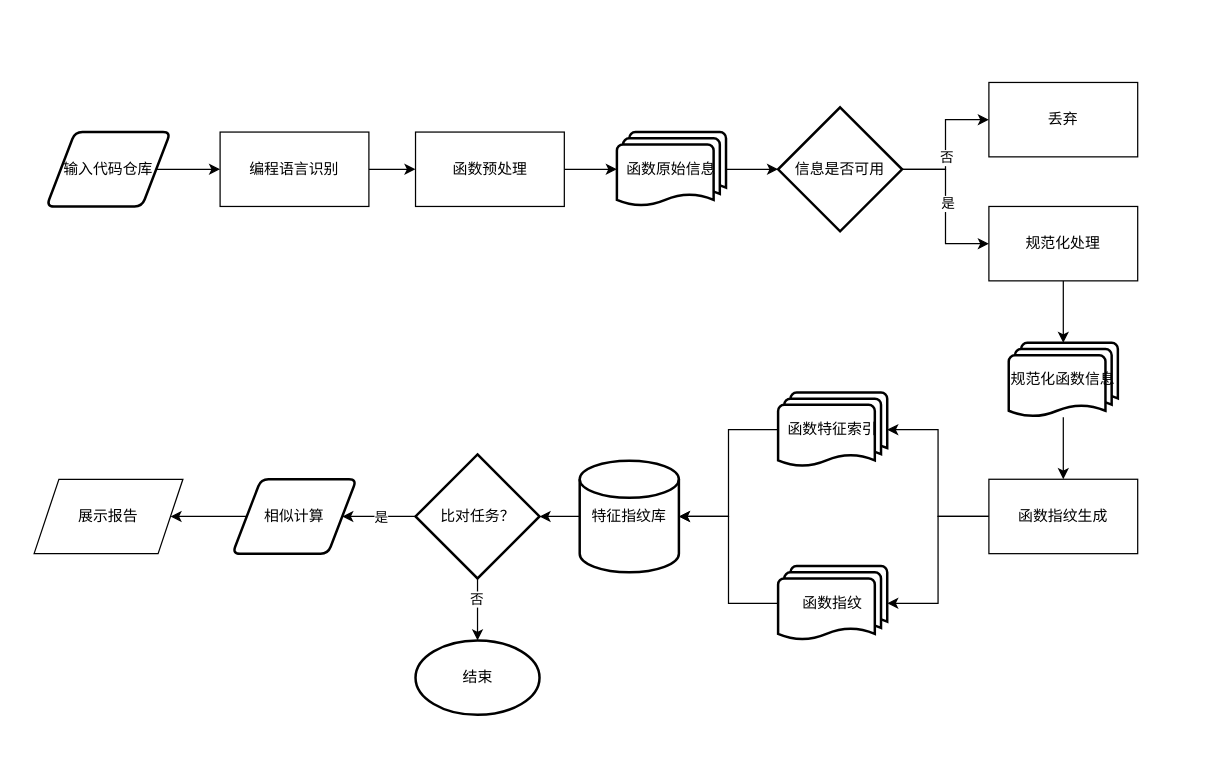
Earlier version of the draw.io diagram 设计流程图.drawio (wanghaoxu001/cloudimg). Source tidied: cells renumbered, new cells numbered last; positions are measured from the earlier drawing's top-left corner, leaving out a move shared by most shapes. Both pictures are drawn from the tidied source at 124%, with x=0, y=0 at pixel (33, 82).
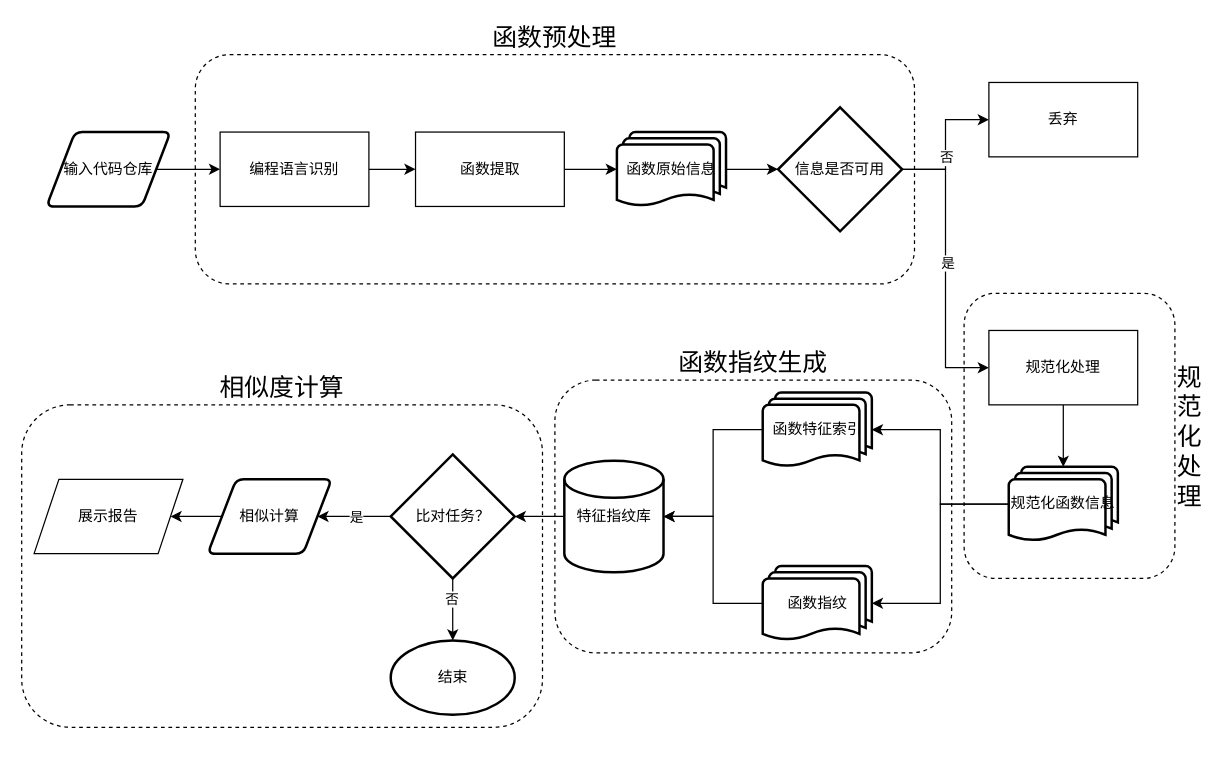
After the change.

Commit message:
更新设计流程图.drawio

The edit, as a diff of the source:
```diff
@@
+    <mxCell id="38" value="相似度计算" style="rounded=1;whiteSpace=wrap;html=1;dashed=1;fontSize=20;labelPosition=center;verticalLabelPosition=top;align=center;verticalAlign=bottom;" parent="1" vertex="1">
+      <mxGeometry x="-10" y="260" width="420" height="260" as="geometry" />
+    </mxCell>
+    <mxCell id="34" value="函数指纹生成" style="rounded=1;whiteSpace=wrap;html=1;dashed=1;fontSize=20;labelPosition=center;verticalLabelPosition=top;align=center;verticalAlign=bottom;" parent="1" vertex="1">
+      <mxGeometry x="420" y="240" width="320" height="220" as="geometry" />
+    </mxCell>
+    <mxCell id="39" value="规&lt;br&gt;范&lt;br&gt;化&lt;br&gt;处&lt;br&gt;理" style="rounded=1;whiteSpace=wrap;html=1;dashed=1;fontSize=20;labelPosition=right;verticalLabelPosition=middle;align=left;verticalAlign=middle;" parent="1" vertex="1">
+      <mxGeometry x="750" y="170" width="170" height="230" as="geometry" />
+    </mxCell>
+    <mxCell id="40" value="函数预处理" style="rounded=1;whiteSpace=wrap;html=1;dashed=1;labelPosition=center;verticalLabelPosition=top;align=center;verticalAlign=bottom;fontSize=20;" parent="1" vertex="1">
+      <mxGeometry x="130" y="-22.5" width="580" height="185" as="geometry" />
+    </mxCell>
@@
-    <mxCell id="9" style="edgeStyle=orthogonalEdgeStyle;rounded=0;jettySize=auto;html=1;" parent="1" edge="1" source="10" target="34">
-      <mxGeometry relative="1" as="geometry" />
-    </mxCell>
+    <mxCell id="41" style="edgeStyle=orthogonalEdgeStyle;rounded=0;jettySize=auto;html=1;entryX=1;entryY=0.5;entryDx=0;entryDy=0;entryPerimeter=0;fontSize=20;" parent="1" edge="1" source="10" target="14">
+      <mxGeometry relative="1" as="geometry" />
+    </mxCell>
+    <mxCell id="42" style="edgeStyle=orthogonalEdgeStyle;rounded=0;jettySize=auto;html=1;entryX=1;entryY=0.5;entryDx=0;entryDy=0;entryPerimeter=0;fontSize=20;" parent="1" edge="1" source="10" target="12">
+      <mxGeometry relative="1" as="geometry" />
+    </mxCell>
     <mxCell id="10" value="规范化函数信息" style="strokeWidth=2;html=1;shape=mxgraph.flowchart.multi-document;whiteSpace=wrap;" parent="1" vertex="1">
-      <mxGeometry x="786" y="210" width="88" height="60" as="geometry" />
+      <mxGeometry x="786" y="310" width="88" height="60" as="geometry" />
     </mxCell>
@@
     <mxCell id="12" value="函数指纹" style="strokeWidth=2;html=1;shape=mxgraph.flowchart.multi-document;whiteSpace=wrap;" parent="1" vertex="1">
-      <mxGeometry x="600" y="390" width="88" height="60" as="geometry" />
+      <mxGeometry x="587.6" y="390" width="88" height="60" as="geometry" />
     </mxCell>
@@
     <mxCell id="14" value="函数特征索引" style="strokeWidth=2;html=1;shape=mxgraph.flowchart.multi-document;whiteSpace=wrap;" parent="1" vertex="1">
-      <mxGeometry x="600" y="250" width="88" height="60" as="geometry" />
+      <mxGeometry x="587.6" y="250" width="88" height="60" as="geometry" />
     </mxCell>
@@
     <mxCell id="16" value="特征指纹库" style="strokeWidth=2;html=1;shape=mxgraph.flowchart.database;whiteSpace=wrap;" parent="1" vertex="1">
-      <mxGeometry x="440" y="305" width="80" height="90" as="geometry" />
+      <mxGeometry x="427.6" y="305" width="80" height="90" as="geometry" />
     </mxCell>
@@
     <mxCell id="21" value="比对任务？" style="strokeWidth=2;html=1;shape=mxgraph.flowchart.decision;whiteSpace=wrap;" parent="1" vertex="1">
-      <mxGeometry x="307.6" y="300" width="100" height="100" as="geometry" />
+      <mxGeometry x="287.6" y="300" width="100" height="100" as="geometry" />
     </mxCell>
@@
     <mxCell id="23" value="相似计算" style="shape=parallelogram;html=1;strokeWidth=2;perimeter=parallelogramPerimeter;whiteSpace=wrap;rounded=1;arcSize=12;size=0.23;" parent="1" vertex="1">
-      <mxGeometry x="160" y="320" width="100" height="60" as="geometry" />
+      <mxGeometry x="140" y="320" width="100" height="60" as="geometry" />
     </mxCell>
     <mxCell id="24" value="结束" style="strokeWidth=2;html=1;shape=mxgraph.flowchart.start_1;whiteSpace=wrap;" parent="1" vertex="1">
-      <mxGeometry x="307.6" y="450" width="100" height="60" as="geometry" />
+      <mxGeometry x="287.6" y="450" width="100" height="60" as="geometry" />
     </mxCell>
@@
-    <mxCell id="26" value="函数预处理" style="rounded=0;whiteSpace=wrap;html=1;" parent="1" vertex="1">
+    <mxCell id="26" value="函数提取" style="rounded=0;whiteSpace=wrap;html=1;" parent="1" vertex="1">
       <mxGeometry x="307.6" y="40" width="120" height="60" as="geometry" />
     </mxCell>
@@
     <mxCell id="29" value="规范化处理" style="rounded=0;whiteSpace=wrap;html=1;" parent="1" vertex="1">
-      <mxGeometry x="770" y="100" width="120" height="60" as="geometry" />
+      <mxGeometry x="770" y="200" width="120" height="60" as="geometry" />
     </mxCell>
@@
-    <mxCell id="32" style="edgeStyle=orthogonalEdgeStyle;rounded=0;jettySize=auto;html=1;entryX=1;entryY=0.5;entryDx=0;entryDy=0;entryPerimeter=0;" parent="1" edge="1" source="34" target="14">
-      <mxGeometry relative="1" as="geometry" />
-    </mxCell>
-    <mxCell id="33" style="edgeStyle=orthogonalEdgeStyle;rounded=0;jettySize=auto;html=1;entryX=1;entryY=0.5;entryDx=0;entryDy=0;entryPerimeter=0;" parent="1" edge="1" source="34" target="12">
-      <mxGeometry relative="1" as="geometry" />
-    </mxCell>
-    <mxCell id="34" value="函数指纹生成&lt;br&gt;" style="rounded=0;whiteSpace=wrap;html=1;" parent="1" vertex="1">
-      <mxGeometry x="770" y="320" width="120" height="60" as="geometry" />
-    </mxCell>
@@
+    <mxCell id="43" style="edgeStyle=orthogonalEdgeStyle;rounded=0;orthogonalLoop=1;jettySize=auto;html=1;exitX=0.5;exitY=1;exitDx=0;exitDy=0;fontSize=20;" parent="1" edge="1" source="38" target="38">
+      <mxGeometry relative="1" as="geometry" />
+    </mxCell>
```
